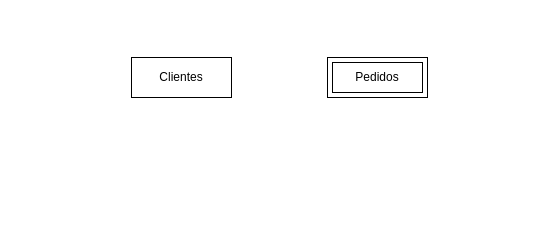
Above: Modelo.drawio in Aldo-CL/Bases-Datos (draw.io), before the change. Source tidied: cells renumbered, new cells numbered last; positions are measured from the earlier drawing's top-left corner, leaving out a move shared by most shapes. Both pictures are drawn from the tidied source at 100%, with x=0, y=0 at pixel (131, 57).
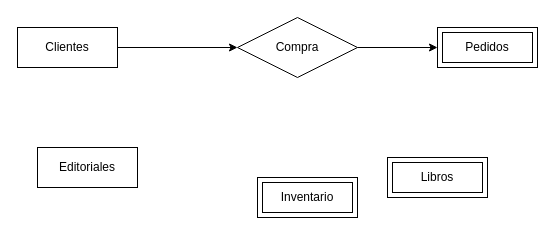
The same diagram, later.

The edit, as a diff of the source:
```diff
@@
 <mxGraphModel>
   <root>
     <mxCell id="0" />
     <mxCell id="1" parent="0" />
+    <mxCell id="4" style="edgeStyle=orthogonalEdgeStyle;rounded=0;jettySize=auto;html=1;exitX=1;exitY=0.5;exitDx=0;exitDy=0;entryX=0;entryY=0.5;entryDx=0;entryDy=0;" parent="1" edge="1" source="2" target="9">
+      <mxGeometry relative="1" as="geometry" />
+    </mxCell>
     <mxCell id="2" value="Clientes" style="whiteSpace=wrap;html=1;align=center;" parent="1" vertex="1">
-      <mxGeometry width="100" height="40" as="geometry" />
+      <mxGeometry x="-114" y="-30" width="100" height="40" as="geometry" />
     </mxCell>
     <mxCell id="3" value="Pedidos" style="shape=ext;margin=3;double=1;whiteSpace=wrap;html=1;align=center;" parent="1" vertex="1">
-      <mxGeometry x="196" width="100" height="40" as="geometry" />
+      <mxGeometry x="306" y="-30" width="100" height="40" as="geometry" />
     </mxCell>
+    <mxCell id="5" value="Libros" style="shape=ext;margin=3;double=1;whiteSpace=wrap;html=1;align=center;" parent="1" vertex="1">
+      <mxGeometry x="256" y="100" width="100" height="40" as="geometry" />
+    </mxCell>
+    <mxCell id="6" value="Inventario" style="shape=ext;margin=3;double=1;whiteSpace=wrap;html=1;align=center;" parent="1" vertex="1">
+      <mxGeometry x="126" y="120" width="100" height="40" as="geometry" />
+    </mxCell>
+    <mxCell id="7" value="Editoriales" style="whiteSpace=wrap;html=1;align=center;" parent="1" vertex="1">
+      <mxGeometry x="-94" y="90" width="100" height="40" as="geometry" />
+    </mxCell>
+    <mxCell id="8" style="edgeStyle=orthogonalEdgeStyle;rounded=0;jettySize=auto;html=1;exitX=1;exitY=0.5;exitDx=0;exitDy=0;entryX=0;entryY=0.5;entryDx=0;entryDy=0;" parent="1" edge="1" source="9" target="3">
+      <mxGeometry relative="1" as="geometry" />
+    </mxCell>
+    <mxCell id="9" value="Compra" style="shape=rhombus;perimeter=rhombusPerimeter;whiteSpace=wrap;html=1;align=center;" parent="1" vertex="1">
+      <mxGeometry x="106" y="-40" width="120" height="60" as="geometry" />
+    </mxCell>
   </root>
 </mxGraphModel>
```
